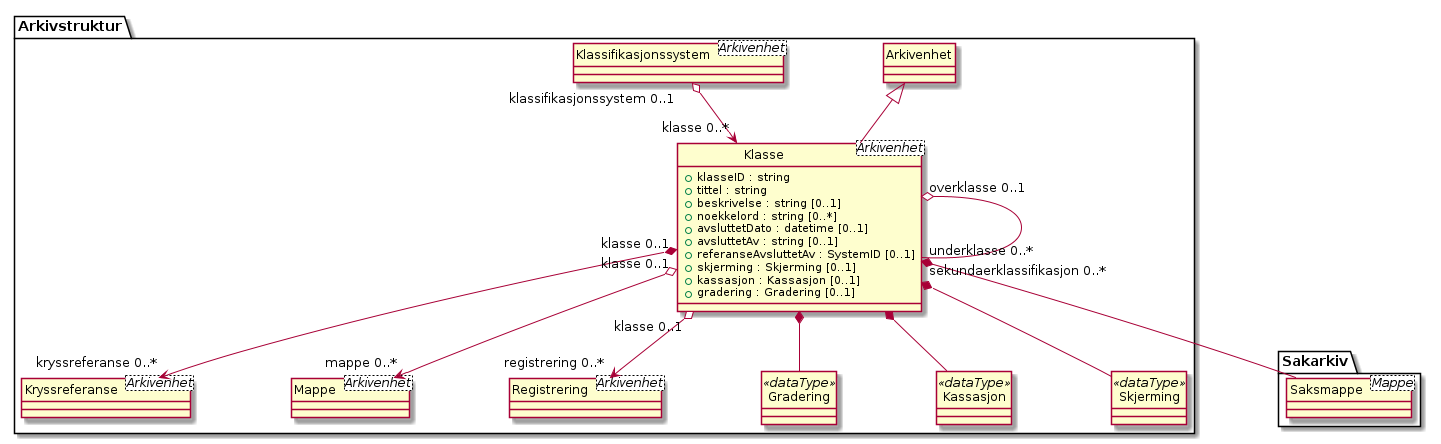
Before: kapitler/media/uml-class-klasse.png, a diagram exported from PlantUML (arkivverket/noark5-tjenestegrensesnitt-standard).
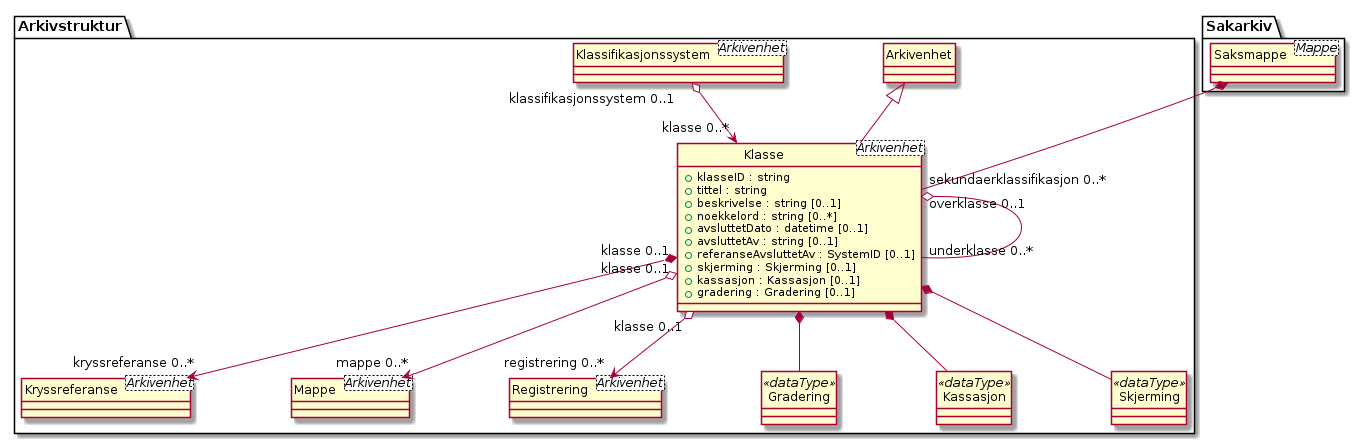
Later version of the same file.

Change to the diagram source:
```diff
@@ -26,9 +26,6 @@
 }
 Arkivstruktur.Klasse "klasse 0..1" o--> "registrering 0..*" Arkivstruktur.Registrering
 Arkivstruktur.Klasse "overklasse 0..1" o-- "underklasse 0..*" Arkivstruktur.Klasse
-class Sakarkiv.Saksmappe <Mappe> {
-}
-Arkivstruktur.Klasse "sekundaerklassifikasjon 0..*" *-- Sakarkiv.Saksmappe
 class Arkivstruktur.Gradering <<dataType>> {
 }
 Arkivstruktur.Klasse *-- Arkivstruktur.Gradering
@@ -41,4 +38,7 @@
 class Arkivstruktur.Klassifikasjonssystem <Arkivenhet> {
 }
 Arkivstruktur.Klassifikasjonssystem "klassifikasjonssystem 0..1" o--> "klasse 0..*" Arkivstruktur.Klasse
+class Sakarkiv.Saksmappe <Mappe> {
+}
+Sakarkiv.Saksmappe *-- "sekundaerklassifikasjon 0..*" Arkivstruktur.Klasse
 @enduml
```
